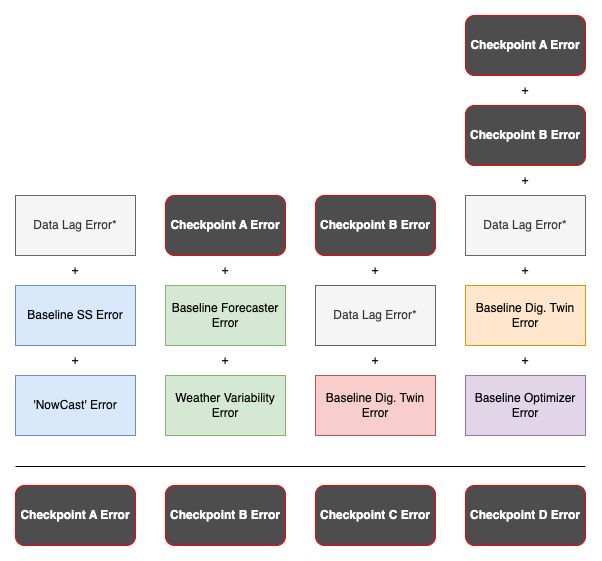
The draw.io diagram figs/CWSODINErrorStacks.drawio.png in maia-analytica/WRF-ODIN-CWS-Eval, before a commit. Source tidied: cells renumbered, new cells last; positions are measured from the earlier drawing's top-left corner, leaving out a move shared by most shapes.
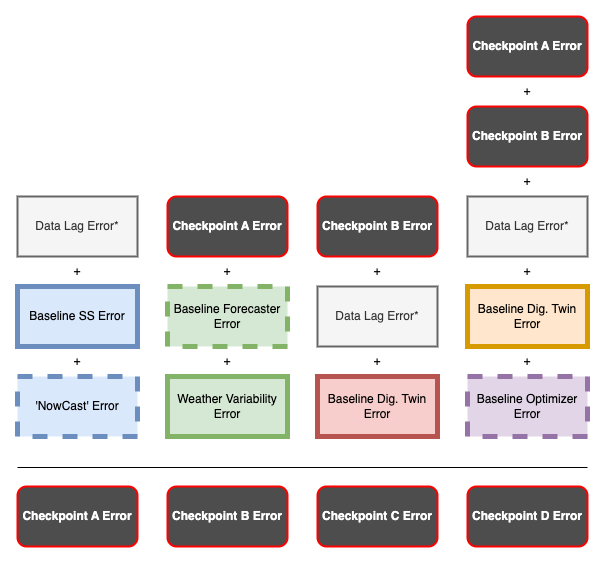
The same file after the commit.

What changed in the source:
```diff
@@ -2,28 +2,28 @@
   <root>
     <mxCell id="0" />
     <mxCell id="1" parent="0" />
-    <mxCell id="2" value="'NowCast' Error" style="rounded=0;whiteSpace=wrap;html=1;fillColor=#dae8fc;strokeColor=#6c8ebf;" parent="1" vertex="1">
+    <mxCell id="2" value="'NowCast' Error" style="rounded=0;whiteSpace=wrap;html=1;fillColor=#dae8fc;strokeColor=#6c8ebf;strokeWidth=5;dashed=1;" parent="1" vertex="1">
       <mxGeometry y="360" width="120" height="60" as="geometry" />
     </mxCell>
     <mxCell id="3" value="+" style="text;html=1;strokeColor=none;fillColor=none;align=center;verticalAlign=middle;whiteSpace=wrap;rounded=0;" parent="1" vertex="1">
       <mxGeometry x="30" y="330" width="60" height="30" as="geometry" />
     </mxCell>
-    <mxCell id="4" value="Baseline SS Error" style="rounded=0;whiteSpace=wrap;html=1;fillColor=#dae8fc;strokeColor=#6c8ebf;" parent="1" vertex="1">
+    <mxCell id="4" value="Baseline SS Error" style="rounded=0;whiteSpace=wrap;html=1;fillColor=#dae8fc;strokeColor=#6c8ebf;strokeWidth=5;" parent="1" vertex="1">
       <mxGeometry y="270" width="120" height="60" as="geometry" />
     </mxCell>
-    <mxCell id="5" value="Data Lag Error*" style="rounded=0;whiteSpace=wrap;html=1;fillColor=#f5f5f5;strokeColor=#666666;fontColor=#333333;" parent="1" vertex="1">
+    <mxCell id="5" value="Data Lag Error*" style="rounded=0;whiteSpace=wrap;html=1;fillColor=#f5f5f5;strokeColor=#666666;fontColor=#333333;strokeWidth=2;" parent="1" vertex="1">
       <mxGeometry y="180" width="120" height="60" as="geometry" />
     </mxCell>
-    <mxCell id="6" value="Checkpoint A Error" style="rounded=1;whiteSpace=wrap;html=1;fillColor=#4D4D4D;strokeColor=#FF0000;fontStyle=1;fontColor=#FFFFFF;" parent="1" vertex="1">
+    <mxCell id="6" value="Checkpoint A Error" style="rounded=1;whiteSpace=wrap;html=1;fillColor=#4D4D4D;strokeColor=#FF0000;fontStyle=1;fontColor=#FFFFFF;strokeWidth=2;" parent="1" vertex="1">
       <mxGeometry y="470" width="120" height="60" as="geometry" />
     </mxCell>
-    <mxCell id="7" value="Baseline Forecaster Error" style="rounded=0;whiteSpace=wrap;html=1;fillColor=#d5e8d4;strokeColor=#82b366;" parent="1" vertex="1">
+    <mxCell id="7" value="Baseline Forecaster Error" style="rounded=0;whiteSpace=wrap;html=1;fillColor=#d5e8d4;strokeColor=#82b366;strokeWidth=5;dashed=1;" parent="1" vertex="1">
       <mxGeometry x="150" y="270" width="120" height="60" as="geometry" />
     </mxCell>
-    <mxCell id="8" value="Weather Variability Error" style="rounded=0;whiteSpace=wrap;html=1;fillColor=#d5e8d4;strokeColor=#82b366;" parent="1" vertex="1">
+    <mxCell id="8" value="Weather Variability Error" style="rounded=0;whiteSpace=wrap;html=1;fillColor=#d5e8d4;strokeColor=#82b366;strokeWidth=5;" parent="1" vertex="1">
       <mxGeometry x="150" y="360" width="120" height="60" as="geometry" />
     </mxCell>
-    <mxCell id="9" value="Baseline Dig. Twin Error" style="rounded=0;whiteSpace=wrap;html=1;fillColor=#f8cecc;strokeColor=#b85450;" parent="1" vertex="1">
+    <mxCell id="9" value="Baseline Dig. Twin Error" style="rounded=0;whiteSpace=wrap;html=1;fillColor=#f8cecc;strokeColor=#b85450;strokeWidth=5;" parent="1" vertex="1">
       <mxGeometry x="300" y="360" width="120" height="60" as="geometry" />
     </mxCell>
     <mxCell id="10" style="endArrow=none;html=1;rounded=0;exitX=0;exitY=0;exitDx=0;exitDy=0;entryX=1;entryY=0;entryDx=0;entryDy=0;" parent="1" edge="1">
@@ -44,22 +44,22 @@
     <mxCell id="14" value="+" style="text;html=1;strokeColor=none;fillColor=none;align=center;verticalAlign=middle;whiteSpace=wrap;rounded=0;" parent="1" vertex="1">
       <mxGeometry x="480" y="240" width="60" height="30" as="geometry" />
     </mxCell>
-    <mxCell id="15" value="Baseline Optimizer Error" style="rounded=0;whiteSpace=wrap;html=1;fillColor=#e1d5e7;strokeColor=#9673a6;" parent="1" vertex="1">
+    <mxCell id="15" value="Baseline Optimizer Error" style="rounded=0;whiteSpace=wrap;html=1;fillColor=#e1d5e7;strokeColor=#9673a6;strokeWidth=5;dashed=1;" parent="1" vertex="1">
       <mxGeometry x="450" y="360" width="120" height="60" as="geometry" />
     </mxCell>
     <mxCell id="16" value="+" style="text;html=1;strokeColor=none;fillColor=none;align=center;verticalAlign=middle;whiteSpace=wrap;rounded=0;" parent="1" vertex="1">
       <mxGeometry x="30" y="240" width="60" height="30" as="geometry" />
     </mxCell>
-    <mxCell id="17" value="Data Lag Error*" style="rounded=0;whiteSpace=wrap;html=1;fillColor=#f5f5f5;strokeColor=#666666;fontColor=#333333;" parent="1" vertex="1">
+    <mxCell id="17" value="Data Lag Error*" style="rounded=0;whiteSpace=wrap;html=1;fillColor=#f5f5f5;strokeColor=#666666;fontColor=#333333;strokeWidth=2;" parent="1" vertex="1">
       <mxGeometry x="300" y="270" width="120" height="60" as="geometry" />
     </mxCell>
     <mxCell id="18" value="+" style="text;html=1;strokeColor=none;fillColor=none;align=center;verticalAlign=middle;whiteSpace=wrap;rounded=0;" parent="1" vertex="1">
       <mxGeometry x="330" y="330" width="60" height="30" as="geometry" />
     </mxCell>
-    <mxCell id="19" value="Baseline Dig. Twin Error" style="rounded=0;whiteSpace=wrap;html=1;fillColor=#ffe6cc;strokeColor=#d79b00;" parent="1" vertex="1">
+    <mxCell id="19" value="Baseline Dig. Twin Error" style="rounded=0;whiteSpace=wrap;html=1;fillColor=#ffe6cc;strokeColor=#d79b00;strokeWidth=5;" parent="1" vertex="1">
       <mxGeometry x="450" y="270" width="120" height="60" as="geometry" />
     </mxCell>
-    <mxCell id="20" value="Data Lag Error*" style="rounded=0;whiteSpace=wrap;html=1;fillColor=#f5f5f5;strokeColor=#666666;fontColor=#333333;" parent="1" vertex="1">
+    <mxCell id="20" value="Data Lag Error*" style="rounded=0;whiteSpace=wrap;html=1;fillColor=#f5f5f5;strokeColor=#666666;fontColor=#333333;strokeWidth=2;" parent="1" vertex="1">
       <mxGeometry x="450" y="180" width="120" height="60" as="geometry" />
     </mxCell>
     <mxCell id="21" value="+" style="text;html=1;strokeColor=none;fillColor=none;align=center;verticalAlign=middle;whiteSpace=wrap;rounded=0;" parent="1" vertex="1">
@@ -71,25 +71,25 @@
     <mxCell id="23" value="+" style="text;html=1;strokeColor=none;fillColor=none;align=center;verticalAlign=middle;whiteSpace=wrap;rounded=0;" parent="1" vertex="1">
       <mxGeometry x="480" y="60" width="60" height="30" as="geometry" />
     </mxCell>
-    <mxCell id="24" value="Checkpoint A Error" style="rounded=1;whiteSpace=wrap;html=1;fillColor=#4D4D4D;strokeColor=#FF0000;fontStyle=1;fontColor=#FFFFFF;" parent="1" vertex="1">
+    <mxCell id="24" value="Checkpoint A Error" style="rounded=1;whiteSpace=wrap;html=1;fillColor=#4D4D4D;strokeColor=#FF0000;fontStyle=1;fontColor=#FFFFFF;strokeWidth=2;" parent="1" vertex="1">
       <mxGeometry x="150" y="180" width="120" height="60" as="geometry" />
     </mxCell>
-    <mxCell id="25" value="Checkpoint B Error" style="rounded=1;whiteSpace=wrap;html=1;fillColor=#4D4D4D;strokeColor=#FF0000;fontStyle=1;fontColor=#FFFFFF;" parent="1" vertex="1">
+    <mxCell id="25" value="Checkpoint B Error" style="rounded=1;whiteSpace=wrap;html=1;fillColor=#4D4D4D;strokeColor=#FF0000;fontStyle=1;fontColor=#FFFFFF;strokeWidth=2;" parent="1" vertex="1">
       <mxGeometry x="150" y="470" width="120" height="60" as="geometry" />
     </mxCell>
-    <mxCell id="26" value="Checkpoint B Error" style="rounded=1;whiteSpace=wrap;html=1;fillColor=#4D4D4D;strokeColor=#FF0000;fontStyle=1;fontColor=#FFFFFF;" parent="1" vertex="1">
+    <mxCell id="26" value="Checkpoint B Error" style="rounded=1;whiteSpace=wrap;html=1;fillColor=#4D4D4D;strokeColor=#FF0000;fontStyle=1;fontColor=#FFFFFF;strokeWidth=2;" parent="1" vertex="1">
       <mxGeometry x="300" y="180" width="120" height="60" as="geometry" />
     </mxCell>
-    <mxCell id="27" value="Checkpoint C Error" style="rounded=1;whiteSpace=wrap;html=1;fillColor=#4D4D4D;strokeColor=#FF0000;fontStyle=1;fontColor=#FFFFFF;" parent="1" vertex="1">
+    <mxCell id="27" value="Checkpoint C Error" style="rounded=1;whiteSpace=wrap;html=1;fillColor=#4D4D4D;strokeColor=#FF0000;fontStyle=1;fontColor=#FFFFFF;strokeWidth=2;" parent="1" vertex="1">
       <mxGeometry x="300" y="470" width="120" height="60" as="geometry" />
     </mxCell>
-    <mxCell id="28" value="Checkpoint A Error" style="rounded=1;whiteSpace=wrap;html=1;fillColor=#4D4D4D;strokeColor=#FF0000;fontStyle=1;fontColor=#FFFFFF;" parent="1" vertex="1">
+    <mxCell id="28" value="Checkpoint A Error" style="rounded=1;whiteSpace=wrap;html=1;fillColor=#4D4D4D;strokeColor=#FF0000;fontStyle=1;fontColor=#FFFFFF;strokeWidth=2;" parent="1" vertex="1">
       <mxGeometry x="450" width="120" height="60" as="geometry" />
     </mxCell>
-    <mxCell id="29" value="Checkpoint B Error" style="rounded=1;whiteSpace=wrap;html=1;fillColor=#4D4D4D;strokeColor=#FF0000;fontStyle=1;fontColor=#FFFFFF;" parent="1" vertex="1">
+    <mxCell id="29" value="Checkpoint B Error" style="rounded=1;whiteSpace=wrap;html=1;fillColor=#4D4D4D;strokeColor=#FF0000;fontStyle=1;fontColor=#FFFFFF;strokeWidth=2;" parent="1" vertex="1">
       <mxGeometry x="450" y="90" width="120" height="60" as="geometry" />
     </mxCell>
-    <mxCell id="30" value="Checkpoint D Error" style="rounded=1;whiteSpace=wrap;html=1;fillColor=#4D4D4D;strokeColor=#FF0000;fontStyle=1;fontColor=#FFFFFF;" parent="1" vertex="1">
+    <mxCell id="30" value="Checkpoint D Error" style="rounded=1;whiteSpace=wrap;html=1;fillColor=#4D4D4D;strokeColor=#FF0000;fontStyle=1;fontColor=#FFFFFF;strokeWidth=2;" parent="1" vertex="1">
       <mxGeometry x="450" y="470" width="120" height="60" as="geometry" />
     </mxCell>
   </root>
```
